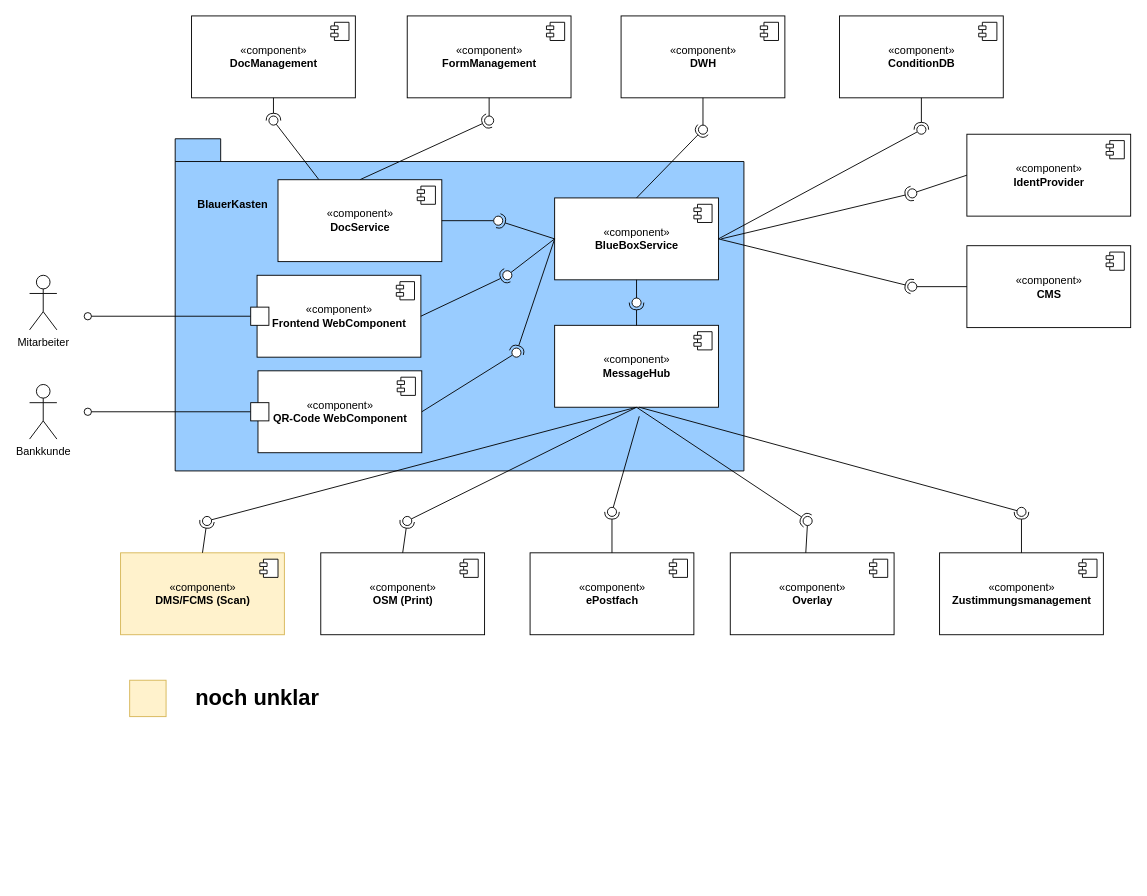
Before: module_overview.drawio in stargazer74/diagramme, a draw.io diagram. Source tidied: cells renumbered, new cells numbered last; positions are measured from the earlier drawing's top-left corner, leaving out a move shared by most shapes. Both pictures are drawn from the tidied source at 91%, with x=0, y=0 at pixel (29, 15).
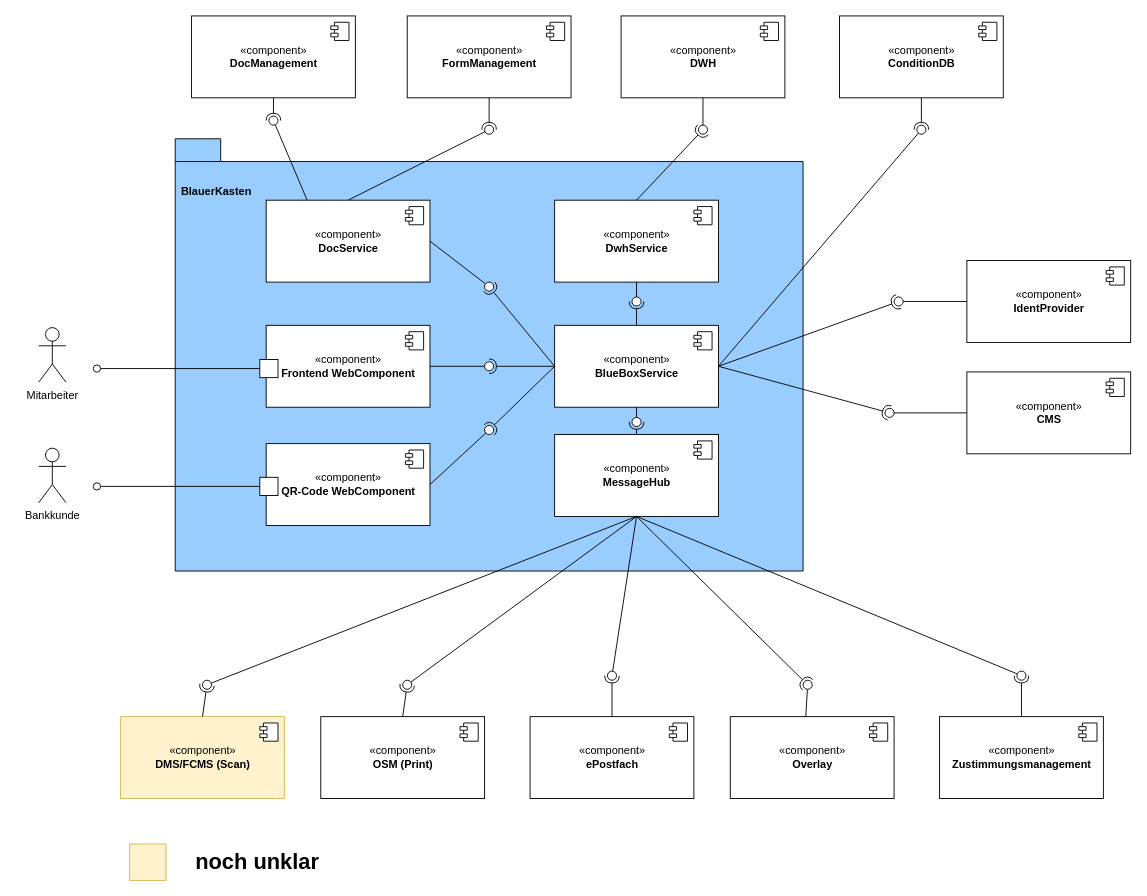
The same diagram, later.

The change refers to these unchanged cells:
```xml
<mxCell id="31" value="«component»&lt;br&gt;&lt;b&gt;FormManagement&lt;/b&gt;" style="html=1;" parent="1" vertex="1">
  <mxGeometry x="415" width="180" height="90" as="geometry" />
</mxCell>
<mxCell id="40" style="ellipse;whiteSpace=wrap;html=1;align=center;points=[];outlineConnect=0;sketch=0;" parent="1" vertex="1">
  <mxGeometry x="735" y="120" width="10" height="10" as="geometry" />
</mxCell>
```

Diff of the diagram source:
```diff
@@
-    <mxCell id="2" value="BlauerKasten" style="shape=folder;fontStyle=1;spacingTop=-220;tabWidth=50;tabHeight=25;tabPosition=left;html=1;spacingRight=500;fillColor=#99CCFF;" parent="1" vertex="1">
-      <mxGeometry x="160" y="135" width="625" height="365" as="geometry" />
+    <mxCell id="2" value="BlauerKasten" style="shape=folder;fontStyle=1;spacingTop=-360;tabWidth=50;tabHeight=25;tabPosition=left;html=1;spacingRight=600;fillColor=#99CCFF;" parent="1" vertex="1">
+      <mxGeometry x="160" y="135" width="690" height="475" as="geometry" />
     </mxCell>
     <mxCell id="3" value="Mitarbeiter" style="shape=umlActor;verticalLabelPosition=bottom;verticalAlign=top;html=1;" parent="1" vertex="1">
-      <mxGeometry y="285" width="30" height="60" as="geometry" />
+      <mxGeometry x="10" y="342.5" width="30" height="60" as="geometry" />
     </mxCell>
     <mxCell id="4" value="«component»&lt;br&gt;&lt;b&gt;BlueBoxService&lt;/b&gt;" style="html=1;" parent="1" vertex="1">
-      <mxGeometry x="577" y="200" width="180" height="90" as="geometry" />
+      <mxGeometry x="577" y="340" width="180" height="90" as="geometry" />
     </mxCell>
@@
     <mxCell id="6" value="«component»&lt;br&gt;&lt;b&gt;OSM (Print)&lt;/b&gt;" style="html=1;" parent="1" vertex="1">
-      <mxGeometry x="320" y="590" width="180" height="90" as="geometry" />
+      <mxGeometry x="320" y="770" width="180" height="90" as="geometry" />
     </mxCell>
@@
     <mxCell id="10" style="ellipse;whiteSpace=wrap;html=1;align=center;points=[];outlineConnect=0;sketch=0;" parent="1" vertex="1">
-      <mxGeometry x="410" y="550" width="10" height="10" as="geometry" />
+      <mxGeometry x="410" y="730" width="10" height="10" as="geometry" />
     </mxCell>
     <mxCell id="11" value="«component»&lt;br&gt;&lt;b&gt;QR-Code WebComponent&lt;/b&gt;" style="html=1;" parent="1" vertex="1">
-      <mxGeometry x="251" y="390" width="180" height="90" as="geometry" />
+      <mxGeometry x="260" y="470" width="180" height="90" as="geometry" />
     </mxCell>
@@
     <mxCell id="13" value="«component»&lt;br&gt;&lt;b&gt;Overlay&lt;/b&gt;" style="html=1;" parent="1" vertex="1">
-      <mxGeometry x="770" y="590" width="180" height="90" as="geometry" />
+      <mxGeometry x="770" y="770" width="180" height="90" as="geometry" />
     </mxCell>
@@
     <mxCell id="17" style="ellipse;whiteSpace=wrap;html=1;align=center;points=[];outlineConnect=0;sketch=0;" parent="1" vertex="1">
-      <mxGeometry x="850" y="550" width="10" height="10" as="geometry" />
+      <mxGeometry x="850" y="730" width="10" height="10" as="geometry" />
     </mxCell>
@@
     <mxCell id="19" style="ellipse;html=1;fontSize=11;align=center;fillColor=none;points=[];verticalAlign=bottom;labelPosition=center;verticalLabelPosition=top;flipH=1;" parent="1" vertex="1">
-      <mxGeometry x="60" y="326" width="8" height="8" as="geometry" />
+      <mxGeometry x="70" y="383.5" width="8" height="8" as="geometry" />
     </mxCell>
@@
     <mxCell id="22" value="«component»&lt;br&gt;&lt;b&gt;Frontend WebComponent&lt;/b&gt;" style="html=1;" parent="1" vertex="1">
-      <mxGeometry x="250" y="285" width="180" height="90" as="geometry" />
+      <mxGeometry x="260" y="340" width="180" height="90" as="geometry" />
     </mxCell>
@@
-    <mxCell id="24" style="rounded=0;jettySize=auto;html=1;endArrow=none;endFill=0;sketch=0;sourcePerimeterSpacing=0;targetPerimeterSpacing=0;exitX=0;exitY=0.5;exitDx=0;exitDy=0;" parent="1" edge="1" source="4" target="26">
+    <mxCell id="24" style="rounded=0;jettySize=auto;html=1;endArrow=none;endFill=0;sketch=0;sourcePerimeterSpacing=0;targetPerimeterSpacing=0;exitX=1;exitY=0.5;exitDx=0;exitDy=0;" parent="1" edge="1" source="22" target="26">
       <mxGeometry relative="1" as="geometry" />
     </mxCell>
-    <mxCell id="25" style="rounded=0;jettySize=auto;html=1;endArrow=halfCircle;endFill=0;entryX=0.5;entryY=0.5;endSize=6;strokeWidth=1;sketch=0;exitX=1;exitY=0.5;exitDx=0;exitDy=0;" parent="1" edge="1" source="22" target="26">
+    <mxCell id="25" style="rounded=0;jettySize=auto;html=1;endArrow=halfCircle;endFill=0;entryX=0.5;entryY=0.5;endSize=6;strokeWidth=1;sketch=0;exitX=0;exitY=0.5;exitDx=0;exitDy=0;" parent="1" edge="1" source="4" target="26">
       <mxGeometry relative="1" as="geometry" />
     </mxCell>
     <mxCell id="26" style="ellipse;whiteSpace=wrap;html=1;align=center;points=[];outlineConnect=0;sketch=0;" parent="1" vertex="1">
-      <mxGeometry x="520" y="280" width="10" height="10" as="geometry" />
+      <mxGeometry x="500" y="380" width="10" height="10" as="geometry" />
     </mxCell>
     <mxCell id="27" style="html=1;rounded=0;rotation=-180;" parent="1" vertex="1">
-      <mxGeometry x="243" y="320" width="20" height="20" as="geometry" />
+      <mxGeometry x="253" y="377.5" width="20" height="20" as="geometry" />
     </mxCell>
@@
-    <mxCell id="33" style="rounded=0;jettySize=auto;html=1;endArrow=none;endFill=0;sketch=0;sourcePerimeterSpacing=0;targetPerimeterSpacing=0;exitX=0.5;exitY=1;exitDx=0;exitDy=0;" parent="1" edge="1" source="31" target="35">
+    <mxCell id="33" style="rounded=0;jettySize=auto;html=1;endArrow=none;endFill=0;sketch=0;sourcePerimeterSpacing=0;targetPerimeterSpacing=0;exitX=0.5;exitY=0;exitDx=0;exitDy=0;" parent="1" edge="1" source="46" target="35">
       <mxGeometry relative="1" as="geometry" />
     </mxCell>
-    <mxCell id="34" style="rounded=0;jettySize=auto;html=1;endArrow=halfCircle;endFill=0;entryX=0.5;entryY=0.5;endSize=6;strokeWidth=1;sketch=0;exitX=0.5;exitY=0;exitDx=0;exitDy=0;" parent="1" edge="1" source="46" target="35">
+    <mxCell id="34" style="rounded=0;jettySize=auto;html=1;endArrow=halfCircle;endFill=0;entryX=0.5;entryY=0.5;endSize=6;strokeWidth=1;sketch=0;exitX=0.5;exitY=1;exitDx=0;exitDy=0;" parent="1" edge="1" source="31" target="35">
       <mxGeometry relative="1" as="geometry" />
     </mxCell>
     <mxCell id="35" style="ellipse;whiteSpace=wrap;html=1;align=center;points=[];outlineConnect=0;sketch=0;" parent="1" vertex="1">
-      <mxGeometry x="500" y="110" width="10" height="10" as="geometry" />
+      <mxGeometry x="500" y="120" width="10" height="10" as="geometry" />
     </mxCell>
@@
-    <mxCell id="39" style="rounded=0;jettySize=auto;html=1;endArrow=halfCircle;endFill=0;entryX=0.5;entryY=0.5;endSize=6;strokeWidth=1;sketch=0;exitX=0.5;exitY=0;exitDx=0;exitDy=0;" parent="1" edge="1" source="4" target="40">
+    <mxCell id="39" style="rounded=0;jettySize=auto;html=1;endArrow=halfCircle;endFill=0;entryX=0.5;entryY=0.5;endSize=6;strokeWidth=1;sketch=0;exitX=0.5;exitY=0;exitDx=0;exitDy=0;" parent="1" edge="1" source="90" target="40">
       <mxGeometry relative="1" as="geometry" />
     </mxCell>
@@
     <mxCell id="41" value="«component»&lt;br&gt;&lt;b&gt;IdentProvider&lt;/b&gt;" style="html=1;" parent="1" vertex="1">
-      <mxGeometry x="1030" y="130" width="180" height="90" as="geometry" />
+      <mxGeometry x="1030" y="268.8" width="180" height="90" as="geometry" />
     </mxCell>
@@
-    <mxCell id="44" style="rounded=0;jettySize=auto;html=1;endArrow=halfCircle;endFill=0;entryX=0.5;entryY=0.5;endSize=6;strokeWidth=1;sketch=0;" parent="1" edge="1" target="45">
-      <mxGeometry relative="1" as="geometry">
-        <mxPoint x="760" y="245" as="sourcePoint" />
-      </mxGeometry>
+    <mxCell id="44" style="rounded=0;jettySize=auto;html=1;endArrow=halfCircle;endFill=0;entryX=0.5;entryY=0.5;endSize=6;strokeWidth=1;sketch=0;exitX=1;exitY=0.5;exitDx=0;exitDy=0;" parent="1" edge="1" source="4" target="45">
+      <mxGeometry relative="1" as="geometry" />
     </mxCell>
     <mxCell id="45" style="ellipse;whiteSpace=wrap;html=1;align=center;points=[];outlineConnect=0;sketch=0;" parent="1" vertex="1">
-      <mxGeometry x="965" y="190" width="10" height="10" as="geometry" />
+      <mxGeometry x="950" y="308.8" width="10" height="10" as="geometry" />
     </mxCell>
     <mxCell id="46" value="«component»&lt;br&gt;&lt;b&gt;DocService&lt;/b&gt;" style="html=1;" parent="1" vertex="1">
-      <mxGeometry x="273" y="180" width="180" height="90" as="geometry" />
+      <mxGeometry x="260" y="202.5" width="180" height="90" as="geometry" />
     </mxCell>
@@
     <mxCell id="48" value="«component»&lt;br&gt;&lt;b&gt;DMS/FCMS (Scan)&lt;/b&gt;" style="html=1;fillColor=#fff2cc;strokeColor=#d6b656;" parent="1" vertex="1">
-      <mxGeometry x="100" y="590" width="180" height="90" as="geometry" />
+      <mxGeometry x="100" y="770" width="180" height="90" as="geometry" />
     </mxCell>
@@
     <mxCell id="50" value="«component»&lt;br&gt;&lt;b&gt;CMS&lt;/b&gt;" style="html=1;" parent="1" vertex="1">
-      <mxGeometry x="1030" y="252.5" width="180" height="90" as="geometry" />
+      <mxGeometry x="1030" y="391.2" width="180" height="90" as="geometry" />
     </mxCell>
@@
     <mxCell id="54" style="ellipse;whiteSpace=wrap;html=1;align=center;points=[];outlineConnect=0;sketch=0;" parent="1" vertex="1">
-      <mxGeometry x="510" y="220" width="10" height="10" as="geometry" />
+      <mxGeometry x="500" y="292.5" width="10" height="10" as="geometry" />
     </mxCell>
@@
     <mxCell id="57" style="ellipse;whiteSpace=wrap;html=1;align=center;points=[];outlineConnect=0;sketch=0;fillColor=#FFFFFF;" parent="1" vertex="1">
-      <mxGeometry x="965" y="292.5" width="10" height="10" as="geometry" />
+      <mxGeometry x="940" y="431.2" width="10" height="10" as="geometry" />
     </mxCell>
@@
     <mxCell id="63" value="«component»&lt;br&gt;&lt;b&gt;MessageHub&lt;/b&gt;" style="html=1;" parent="1" vertex="1">
-      <mxGeometry x="577" y="340" width="180" height="90" as="geometry" />
+      <mxGeometry x="577" y="460" width="180" height="90" as="geometry" />
     </mxCell>
@@
     <mxCell id="67" style="ellipse;whiteSpace=wrap;html=1;align=center;points=[];outlineConnect=0;sketch=0;" parent="1" vertex="1">
-      <mxGeometry x="662" y="310" width="10" height="10" as="geometry" />
+      <mxGeometry x="662" y="441.2" width="10" height="10" as="geometry" />
     </mxCell>
@@
     <mxCell id="70" style="ellipse;whiteSpace=wrap;html=1;align=center;points=[];outlineConnect=0;sketch=0;" parent="1" vertex="1">
-      <mxGeometry x="190" y="550" width="10" height="10" as="geometry" />
+      <mxGeometry x="190" y="730" width="10" height="10" as="geometry" />
     </mxCell>
     <mxCell id="71" value="«component»&lt;br&gt;&lt;b&gt;ePostfach&lt;/b&gt;" style="html=1;" parent="1" vertex="1">
-      <mxGeometry x="550" y="590" width="180" height="90" as="geometry" />
+      <mxGeometry x="550" y="770" width="180" height="90" as="geometry" />
     </mxCell>
@@
     <mxCell id="73" value="«component»&lt;br&gt;&lt;b&gt;Zustimmungsmanagement&lt;/b&gt;" style="html=1;" parent="1" vertex="1">
-      <mxGeometry x="1000" y="590" width="180" height="90" as="geometry" />
+      <mxGeometry x="1000" y="770" width="180" height="90" as="geometry" />
     </mxCell>
@@
     <mxCell id="75" value="Bankkunde" style="shape=umlActor;verticalLabelPosition=bottom;verticalAlign=top;html=1;" parent="1" vertex="1">
-      <mxGeometry y="405" width="30" height="60" as="geometry" />
+      <mxGeometry x="10" y="475" width="30" height="60" as="geometry" />
     </mxCell>
@@
     <mxCell id="77" style="ellipse;html=1;fontSize=11;align=center;fillColor=none;points=[];verticalAlign=bottom;labelPosition=center;verticalLabelPosition=top;flipH=1;" parent="1" vertex="1">
-      <mxGeometry x="60" y="431" width="8" height="8" as="geometry" />
+      <mxGeometry x="70" y="513" width="8" height="8" as="geometry" />
     </mxCell>
     <mxCell id="78" style="html=1;rounded=0;rotation=-180;" parent="1" vertex="1">
-      <mxGeometry x="243" y="425" width="20" height="20" as="geometry" />
+      <mxGeometry x="253" y="507" width="20" height="20" as="geometry" />
     </mxCell>
     <mxCell id="79" style="whiteSpace=wrap;html=1;fillColor=#fff2cc;strokeColor=#d6b656;" parent="1" vertex="1">
-      <mxGeometry x="110" y="730" width="40" height="40" as="geometry" />
+      <mxGeometry x="110" y="910" width="40" height="40" as="geometry" />
     </mxCell>
     <mxCell id="80" value="noch unklar" style="text;strokeColor=none;fillColor=none;html=1;fontSize=24;fontStyle=1;verticalAlign=middle;align=center;" parent="1" vertex="1">
-      <mxGeometry x="200" y="730" width="100" height="40" as="geometry" />
+      <mxGeometry x="200" y="910" width="100" height="40" as="geometry" />
     </mxCell>
-    <mxCell id="81" style="rounded=0;jettySize=auto;html=1;endArrow=none;endFill=0;sketch=0;sourcePerimeterSpacing=0;targetPerimeterSpacing=0;" parent="1" edge="1" target="83">
-      <mxGeometry relative="1" as="geometry">
-        <mxPoint x="670" y="430" as="sourcePoint" />
-      </mxGeometry>
+    <mxCell id="81" style="rounded=0;jettySize=auto;html=1;endArrow=none;endFill=0;sketch=0;sourcePerimeterSpacing=0;targetPerimeterSpacing=0;exitX=0.5;exitY=1;exitDx=0;exitDy=0;" parent="1" edge="1" source="63" target="83">
+      <mxGeometry relative="1" as="geometry" />
     </mxCell>
@@
     <mxCell id="83" style="ellipse;whiteSpace=wrap;html=1;align=center;points=[];outlineConnect=0;sketch=0;" parent="1" vertex="1">
-      <mxGeometry x="1085" y="540" width="10" height="10" as="geometry" />
+      <mxGeometry x="1085" y="720" width="10" height="10" as="geometry" />
     </mxCell>
@@
     <mxCell id="86" style="ellipse;whiteSpace=wrap;html=1;align=center;points=[];outlineConnect=0;sketch=0;" parent="1" vertex="1">
-      <mxGeometry x="530" y="365" width="10" height="10" as="geometry" />
+      <mxGeometry x="500" y="450" width="10" height="10" as="geometry" />
     </mxCell>
-    <mxCell id="87" style="rounded=0;jettySize=auto;html=1;endArrow=none;endFill=0;sketch=0;sourcePerimeterSpacing=0;targetPerimeterSpacing=0;" parent="1" edge="1" target="89">
-      <mxGeometry relative="1" as="geometry">
-        <mxPoint x="670" y="440" as="sourcePoint" />
-      </mxGeometry>
+    <mxCell id="87" style="rounded=0;jettySize=auto;html=1;endArrow=none;endFill=0;sketch=0;sourcePerimeterSpacing=0;targetPerimeterSpacing=0;exitX=0.5;exitY=1;exitDx=0;exitDy=0;" parent="1" edge="1" source="63" target="89">
+      <mxGeometry relative="1" as="geometry" />
     </mxCell>
@@
     <mxCell id="89" style="ellipse;whiteSpace=wrap;html=1;align=center;points=[];outlineConnect=0;sketch=0;" parent="1" vertex="1">
-      <mxGeometry x="635" y="540" width="10" height="10" as="geometry" />
+      <mxGeometry x="635" y="720" width="10" height="10" as="geometry" />
     </mxCell>
+    <mxCell id="90" value="«component»&lt;br&gt;&lt;b&gt;DwhService&lt;/b&gt;" style="html=1;" parent="1" vertex="1">
+      <mxGeometry x="577" y="202.5" width="180" height="90" as="geometry" />
+    </mxCell>
+    <mxCell id="91" style="shape=module;jettyWidth=8;jettyHeight=4;" parent="90" vertex="1">
+      <mxGeometry x="1" width="20" height="20" relative="1" as="geometry">
+        <mxPoint x="-27" y="7" as="offset" />
+      </mxGeometry>
+    </mxCell>
+    <mxCell id="92" style="rounded=0;jettySize=auto;html=1;endArrow=none;endFill=0;sketch=0;sourcePerimeterSpacing=0;targetPerimeterSpacing=0;exitX=0.5;exitY=1;exitDx=0;exitDy=0;" parent="1" edge="1" source="90" target="94">
+      <mxGeometry relative="1" as="geometry" />
+    </mxCell>
+    <mxCell id="93" style="rounded=0;jettySize=auto;html=1;endArrow=halfCircle;endFill=0;entryX=0.5;entryY=0.5;endSize=6;strokeWidth=1;sketch=0;exitX=0.5;exitY=0;exitDx=0;exitDy=0;" parent="1" edge="1" source="4" target="94">
+      <mxGeometry relative="1" as="geometry" />
+    </mxCell>
+    <mxCell id="94" style="ellipse;whiteSpace=wrap;html=1;align=center;points=[];outlineConnect=0;sketch=0;" parent="1" vertex="1">
+      <mxGeometry x="662" y="308.8" width="10" height="10" as="geometry" />
+    </mxCell>
```
